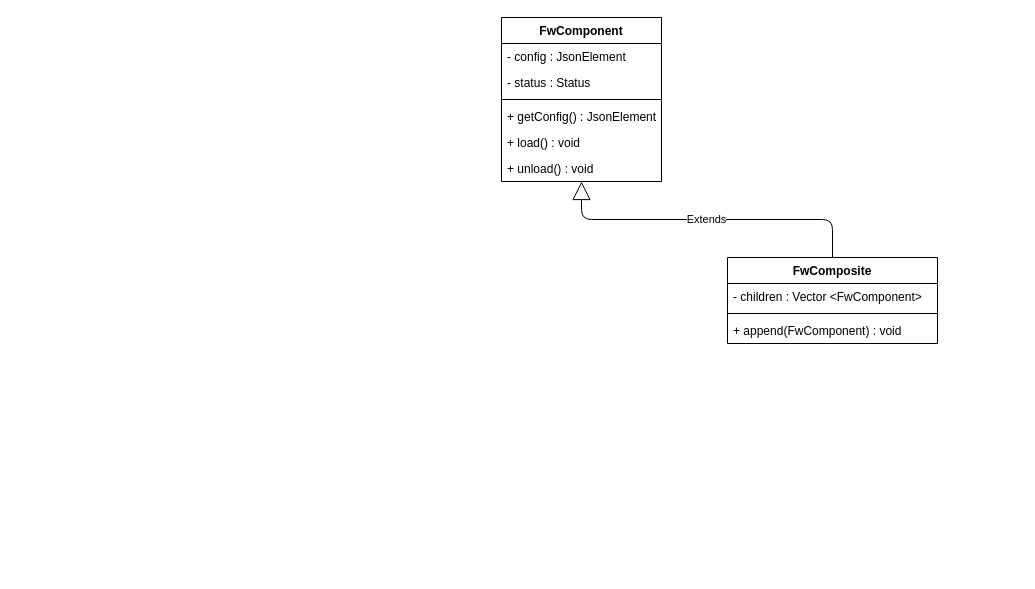
The draw.io diagram isup-ch-framework.drawio in YannCaron/SkyguideDiagrams, before the edit. Source tidied: cells renumbered, new cells numbered last; positions are measured from the earlier drawing's top-left corner, leaving out a move shared by most shapes. Both pictures are drawn from the tidied source at 100%, with x=0, y=0 at pixel (501, 17).
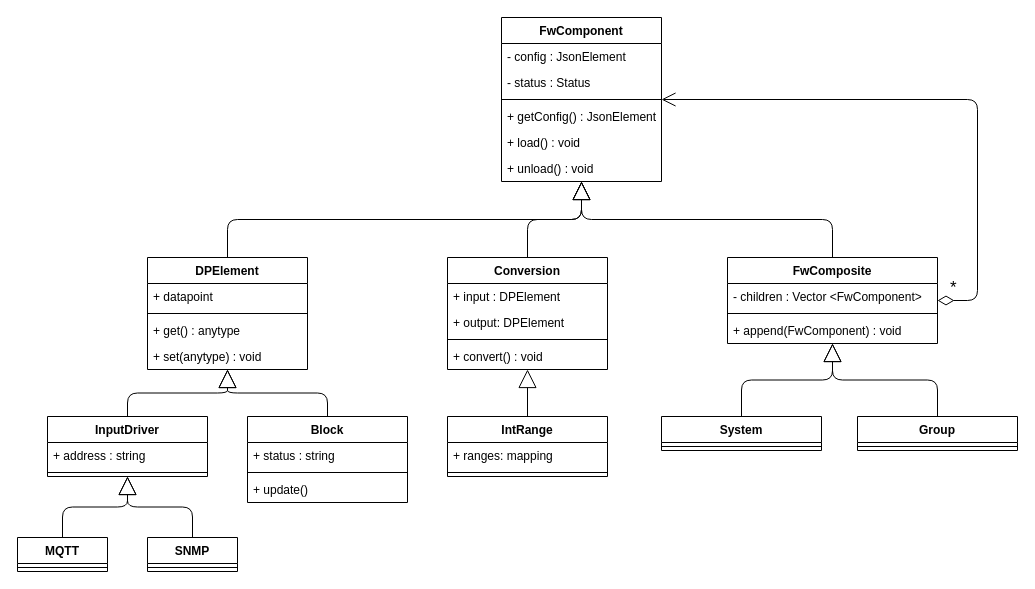
After the change.

The change refers to these unchanged cells:
```xml
<mxCell id="2" value="FwComponent" style="swimlane;fontStyle=1;align=center;verticalAlign=top;horizontal=1;startSize=26;" parent="1" vertex="1">
  <mxGeometry width="160" height="164" as="geometry" />
</mxCell>
<mxCell id="9" value="FwComposite" style="swimlane;fontStyle=1;align=center;verticalAlign=top;horizontal=1;startSize=26;" parent="1" vertex="1">
  <mxGeometry x="226" y="240" width="210" height="86" as="geometry" />
</mxCell>
```

The edit, as a diff of the source:
```diff
@@
-    <mxCell id="13" value="Extends" style="endArrow=block;endSize=16;endFill=0;html=1;exitX=0.5;exitY=0;exitDx=0;exitDy=0;rounded=1;edgeStyle=orthogonalEdgeStyle;" parent="1" edge="1" source="9" target="2">
+    <mxCell id="13" style="endArrow=block;endSize=16;endFill=0;html=1;exitX=0.5;exitY=0;exitDx=0;exitDy=0;rounded=1;edgeStyle=orthogonalEdgeStyle;" parent="1" edge="1" source="9" target="2">
       <mxGeometry relative="1" as="geometry" />
     </mxCell>
+    <mxCell id="14" value="&lt;font style=&quot;font-size: 17px&quot;&gt;*&lt;/font&gt;" style="endArrow=open;html=1;endSize=12;startArrow=diamondThin;startSize=14;startFill=0;edgeStyle=orthogonalEdgeStyle;align=left;verticalAlign=bottom;exitX=1;exitY=0.5;exitDx=0;exitDy=0;entryX=1;entryY=0.5;entryDx=0;entryDy=0;" parent="1" edge="1" source="9" target="2">
+      <mxGeometry x="-0.96" relative="1" as="geometry">
+        <Array as="points">
+          <mxPoint x="476" y="283" />
+          <mxPoint x="476" y="82" />
+        </Array>
+      </mxGeometry>
+    </mxCell>
+    <mxCell id="15" value="System" style="swimlane;fontStyle=1;align=center;verticalAlign=top;horizontal=1;startSize=26;" parent="1" vertex="1">
+      <mxGeometry x="160" y="399" width="160" height="34" as="geometry" />
+    </mxCell>
+    <mxCell id="16" style="line;strokeWidth=1;fillColor=none;align=left;verticalAlign=middle;spacingTop=-1;spacingLeft=3;spacingRight=3;labelPosition=right;" parent="15" vertex="1">
+      <mxGeometry y="26" width="160" height="8" as="geometry" />
+    </mxCell>
+    <mxCell id="17" value="Group" style="swimlane;fontStyle=1;align=center;verticalAlign=top;horizontal=1;startSize=26;" parent="1" vertex="1">
+      <mxGeometry x="356" y="399" width="160" height="34" as="geometry" />
+    </mxCell>
+    <mxCell id="18" style="line;strokeWidth=1;fillColor=none;align=left;verticalAlign=middle;spacingTop=-1;spacingLeft=3;spacingRight=3;labelPosition=right;" parent="17" vertex="1">
+      <mxGeometry y="26" width="160" height="8" as="geometry" />
+    </mxCell>
+    <mxCell id="19" style="endArrow=block;endSize=16;endFill=0;html=1;exitX=0.5;exitY=0;exitDx=0;exitDy=0;rounded=1;edgeStyle=orthogonalEdgeStyle;" parent="1" edge="1" source="15" target="9">
+      <mxGeometry relative="1" as="geometry" />
+    </mxCell>
+    <mxCell id="20" style="endArrow=block;endSize=16;endFill=0;html=1;exitX=0.5;exitY=0;exitDx=0;exitDy=0;rounded=1;edgeStyle=orthogonalEdgeStyle;" parent="1" edge="1" source="17" target="9">
+      <mxGeometry relative="1" as="geometry" />
+    </mxCell>
+    <mxCell id="21" value="IntRange" style="swimlane;fontStyle=1;align=center;verticalAlign=top;horizontal=1;startSize=26;" parent="1" vertex="1">
+      <mxGeometry x="-54" y="399" width="160" height="60" as="geometry" />
+    </mxCell>
+    <mxCell id="22" value="+ ranges: mapping" style="text;strokeColor=none;fillColor=none;align=left;verticalAlign=top;spacingLeft=4;spacingRight=4;overflow=hidden;" parent="21" vertex="1">
+      <mxGeometry y="26" width="160" height="26" as="geometry" />
+    </mxCell>
+    <mxCell id="23" style="line;strokeWidth=1;fillColor=none;align=left;verticalAlign=middle;spacingTop=-1;spacingLeft=3;spacingRight=3;labelPosition=right;" parent="21" vertex="1">
+      <mxGeometry y="52" width="160" height="8" as="geometry" />
+    </mxCell>
+    <mxCell id="24" value="Conversion" style="swimlane;fontStyle=1;align=center;verticalAlign=top;horizontal=1;startSize=26;" parent="1" vertex="1">
+      <mxGeometry x="-54" y="240" width="160" height="112" as="geometry" />
+    </mxCell>
+    <mxCell id="25" value="+ input : DPElement" style="text;strokeColor=none;fillColor=none;align=left;verticalAlign=top;spacingLeft=4;spacingRight=4;overflow=hidden;" parent="24" vertex="1">
+      <mxGeometry y="26" width="160" height="26" as="geometry" />
+    </mxCell>
+    <mxCell id="26" value="+ output: DPElement" style="text;strokeColor=none;fillColor=none;align=left;verticalAlign=top;spacingLeft=4;spacingRight=4;overflow=hidden;" parent="24" vertex="1">
+      <mxGeometry y="52" width="160" height="26" as="geometry" />
+    </mxCell>
+    <mxCell id="27" style="line;strokeWidth=1;fillColor=none;align=left;verticalAlign=middle;spacingTop=-1;spacingLeft=3;spacingRight=3;labelPosition=right;" parent="24" vertex="1">
+      <mxGeometry y="78" width="160" height="8" as="geometry" />
+    </mxCell>
+    <mxCell id="28" value="+ convert() : void" style="text;strokeColor=none;fillColor=none;align=left;verticalAlign=top;spacingLeft=4;spacingRight=4;overflow=hidden;" parent="24" vertex="1">
+      <mxGeometry y="86" width="160" height="26" as="geometry" />
+    </mxCell>
+    <mxCell id="29" value="DPElement" style="swimlane;fontStyle=1;align=center;verticalAlign=top;horizontal=1;startSize=26;" parent="1" vertex="1">
+      <mxGeometry x="-354" y="240" width="160" height="112" as="geometry" />
+    </mxCell>
+    <mxCell id="30" value="+ datapoint" style="text;strokeColor=none;fillColor=none;align=left;verticalAlign=top;spacingLeft=4;spacingRight=4;overflow=hidden;" parent="29" vertex="1">
+      <mxGeometry y="26" width="160" height="26" as="geometry" />
+    </mxCell>
+    <mxCell id="31" style="line;strokeWidth=1;fillColor=none;align=left;verticalAlign=middle;spacingTop=-1;spacingLeft=3;spacingRight=3;labelPosition=right;" parent="29" vertex="1">
+      <mxGeometry y="52" width="160" height="8" as="geometry" />
+    </mxCell>
+    <mxCell id="32" value="+ get() : anytype" style="text;strokeColor=none;fillColor=none;align=left;verticalAlign=top;spacingLeft=4;spacingRight=4;overflow=hidden;" parent="29" vertex="1">
+      <mxGeometry y="60" width="160" height="26" as="geometry" />
+    </mxCell>
+    <mxCell id="33" value="+ set(anytype) : void" style="text;strokeColor=none;fillColor=none;align=left;verticalAlign=top;spacingLeft=4;spacingRight=4;overflow=hidden;" parent="29" vertex="1">
+      <mxGeometry y="86" width="160" height="26" as="geometry" />
+    </mxCell>
+    <mxCell id="34" style="endArrow=block;endSize=16;endFill=0;html=1;exitX=0.5;exitY=0;exitDx=0;exitDy=0;rounded=1;edgeStyle=orthogonalEdgeStyle;" parent="1" edge="1" source="24" target="2">
+      <mxGeometry relative="1" as="geometry" />
+    </mxCell>
+    <mxCell id="35" style="endArrow=block;endSize=16;endFill=0;html=1;exitX=0.5;exitY=0;exitDx=0;exitDy=0;rounded=1;edgeStyle=orthogonalEdgeStyle;" parent="1" edge="1" source="29" target="2">
+      <mxGeometry relative="1" as="geometry" />
+    </mxCell>
+    <mxCell id="36" style="endArrow=block;endSize=16;endFill=0;html=1;exitX=0.5;exitY=0;exitDx=0;exitDy=0;rounded=1;edgeStyle=orthogonalEdgeStyle;" parent="1" edge="1" source="21" target="24">
+      <mxGeometry relative="1" as="geometry" />
+    </mxCell>
+    <mxCell id="37" value="Block" style="swimlane;fontStyle=1;align=center;verticalAlign=top;horizontal=1;startSize=26;" parent="1" vertex="1">
+      <mxGeometry x="-254" y="399" width="160" height="86" as="geometry" />
+    </mxCell>
+    <mxCell id="38" value="+ status : string" style="text;strokeColor=none;fillColor=none;align=left;verticalAlign=top;spacingLeft=4;spacingRight=4;overflow=hidden;" parent="37" vertex="1">
+      <mxGeometry y="26" width="160" height="26" as="geometry" />
+    </mxCell>
+    <mxCell id="39" style="line;strokeWidth=1;fillColor=none;align=left;verticalAlign=middle;spacingTop=-1;spacingLeft=3;spacingRight=3;labelPosition=right;" parent="37" vertex="1">
+      <mxGeometry y="52" width="160" height="8" as="geometry" />
+    </mxCell>
+    <mxCell id="40" value="+ update()" style="text;strokeColor=none;fillColor=none;align=left;verticalAlign=top;spacingLeft=4;spacingRight=4;overflow=hidden;" parent="37" vertex="1">
+      <mxGeometry y="60" width="160" height="26" as="geometry" />
+    </mxCell>
+    <mxCell id="41" value="InputDriver" style="swimlane;fontStyle=1;align=center;verticalAlign=top;horizontal=1;startSize=26;" parent="1" vertex="1">
+      <mxGeometry x="-454" y="399" width="160" height="60" as="geometry" />
+    </mxCell>
+    <mxCell id="42" value="+ address : string" style="text;strokeColor=none;fillColor=none;align=left;verticalAlign=top;spacingLeft=4;spacingRight=4;overflow=hidden;" parent="41" vertex="1">
+      <mxGeometry y="26" width="160" height="26" as="geometry" />
+    </mxCell>
+    <mxCell id="43" style="line;strokeWidth=1;fillColor=none;align=left;verticalAlign=middle;spacingTop=-1;spacingLeft=3;spacingRight=3;labelPosition=right;" parent="41" vertex="1">
+      <mxGeometry y="52" width="160" height="8" as="geometry" />
+    </mxCell>
+    <mxCell id="44" value="SNMP" style="swimlane;fontStyle=1;align=center;verticalAlign=top;horizontal=1;startSize=26;" parent="1" vertex="1">
+      <mxGeometry x="-354" y="520" width="90" height="34" as="geometry" />
+    </mxCell>
+    <mxCell id="45" style="line;strokeWidth=1;fillColor=none;align=left;verticalAlign=middle;spacingTop=-1;spacingLeft=3;spacingRight=3;labelPosition=right;" parent="44" vertex="1">
+      <mxGeometry y="26" width="90" height="8" as="geometry" />
+    </mxCell>
+    <mxCell id="46" value="MQTT" style="swimlane;fontStyle=1;align=center;verticalAlign=top;horizontal=1;startSize=26;" parent="1" vertex="1">
+      <mxGeometry x="-484" y="520" width="90" height="34" as="geometry" />
+    </mxCell>
+    <mxCell id="47" style="line;strokeWidth=1;fillColor=none;align=left;verticalAlign=middle;spacingTop=-1;spacingLeft=3;spacingRight=3;labelPosition=right;" parent="46" vertex="1">
+      <mxGeometry y="26" width="90" height="8" as="geometry" />
+    </mxCell>
+    <mxCell id="48" style="endArrow=block;endSize=16;endFill=0;html=1;rounded=1;edgeStyle=orthogonalEdgeStyle;" parent="1" edge="1" source="37" target="29">
+      <mxGeometry relative="1" as="geometry" />
+    </mxCell>
+    <mxCell id="49" style="endArrow=block;endSize=16;endFill=0;html=1;exitX=0.5;exitY=0;exitDx=0;exitDy=0;rounded=1;edgeStyle=orthogonalEdgeStyle;" parent="1" edge="1" source="41" target="29">
+      <mxGeometry relative="1" as="geometry" />
+    </mxCell>
+    <mxCell id="50" style="endArrow=block;endSize=16;endFill=0;html=1;exitX=0.5;exitY=0;exitDx=0;exitDy=0;rounded=1;edgeStyle=orthogonalEdgeStyle;" parent="1" edge="1" source="46" target="41">
+      <mxGeometry relative="1" as="geometry" />
+    </mxCell>
+    <mxCell id="51" style="endArrow=block;endSize=16;endFill=0;html=1;rounded=1;edgeStyle=orthogonalEdgeStyle;" parent="1" edge="1" source="44" target="41">
+      <mxGeometry relative="1" as="geometry" />
+    </mxCell>
```
